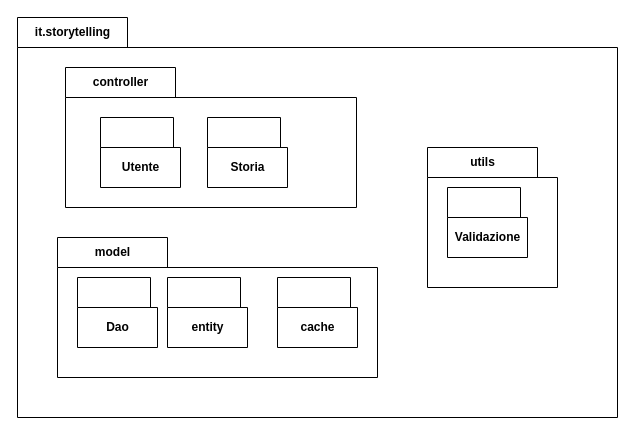
EmmanuelEngineer/E.M.A.A. keeps this draw.io diagram as page "Panoramica" (1 of 6) of Schemi/Package.drawio. Above is the earlier version. Source tidied: cells renumbered, new cells numbered last; positions are measured from the earlier drawing's top-left corner, leaving out a move shared by most shapes. Both pictures are drawn from the tidied source at 100%, with x=0, y=0 at pixel (17, 17).
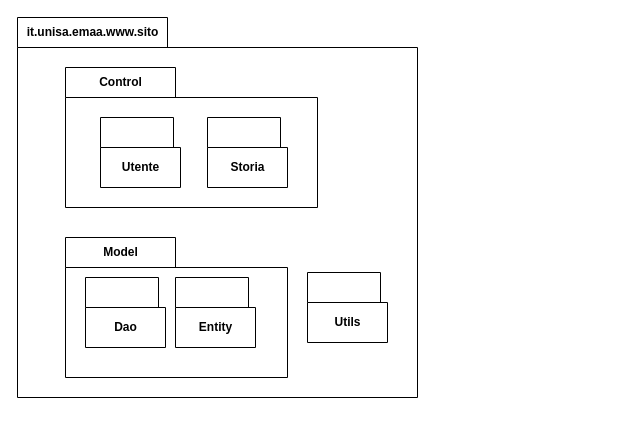
The same page after the edit.

Diff of the diagram source:
```diff
@@
 <mxGraphModel>
   <root>
     <mxCell id="0" />
     <mxCell id="1" parent="0" />
-    <mxCell id="2" value="it.storytelling" style="shape=folder;fontStyle=1;tabWidth=110;tabHeight=30;tabPosition=left;html=1;boundedLbl=1;labelInHeader=1;" parent="1" vertex="1">
-      <mxGeometry width="600" height="400" as="geometry" />
+    <mxCell id="2" value="it.unisa.emaa.www.sito" style="shape=folder;fontStyle=1;tabWidth=150;tabHeight=30;tabPosition=left;html=1;boundedLbl=1;labelInHeader=1;" parent="1" vertex="1">
+      <mxGeometry width="400" height="380" as="geometry" />
     </mxCell>
-    <mxCell id="3" value="model" style="shape=folder;fontStyle=1;tabWidth=110;tabHeight=30;tabPosition=left;html=1;boundedLbl=1;labelInHeader=1;" parent="2" vertex="1">
-      <mxGeometry x="40" y="220" width="320" height="140" as="geometry" />
+    <mxCell id="3" value="Model" style="shape=folder;fontStyle=1;tabWidth=110;tabHeight=30;tabPosition=left;html=1;boundedLbl=1;labelInHeader=1;" parent="2" vertex="1">
+      <mxGeometry x="48" y="220" width="222" height="140" as="geometry" />
     </mxCell>
     <mxCell id="4" value="Dao" style="shape=folder;fontStyle=1;tabWidth=80;tabHeight=30;tabPosition=left;html=1;boundedLbl=1;" parent="3" vertex="1">
       <mxGeometry x="20" y="40" width="80" height="70" as="geometry" />
     </mxCell>
-    <mxCell id="5" value="entity" style="shape=folder;fontStyle=1;tabWidth=80;tabHeight=30;tabPosition=left;html=1;boundedLbl=1;" parent="3" vertex="1">
+    <mxCell id="5" value="Entity" style="shape=folder;fontStyle=1;tabWidth=80;tabHeight=30;tabPosition=left;html=1;boundedLbl=1;" parent="3" vertex="1">
       <mxGeometry x="110" y="40" width="80" height="70" as="geometry" />
     </mxCell>
-    <mxCell id="6" value="cache" style="shape=folder;fontStyle=1;tabWidth=80;tabHeight=30;tabPosition=left;html=1;boundedLbl=1;" parent="3" vertex="1">
-      <mxGeometry x="220" y="40" width="80" height="70" as="geometry" />
-    </mxCell>
-    <mxCell id="7" value="utils" style="shape=folder;fontStyle=1;tabWidth=110;tabHeight=30;tabPosition=left;html=1;boundedLbl=1;labelInHeader=1;" parent="2" vertex="1">
-      <mxGeometry x="410" y="130" width="130" height="140" as="geometry" />
-    </mxCell>
-    <mxCell id="8" value="Validazione" style="shape=folder;fontStyle=1;tabWidth=80;tabHeight=30;tabPosition=left;html=1;boundedLbl=1;" parent="7" vertex="1">
-      <mxGeometry x="20" y="40" width="80" height="70" as="geometry" />
-    </mxCell>
-    <mxCell id="9" value="controller" style="shape=folder;fontStyle=1;tabWidth=110;tabHeight=30;tabPosition=left;html=1;boundedLbl=1;labelInHeader=1;" parent="2" vertex="1">
-      <mxGeometry x="48" y="50" width="291" height="140" as="geometry" />
+    <mxCell id="9" value="Control" style="shape=folder;fontStyle=1;tabWidth=110;tabHeight=30;tabPosition=left;html=1;boundedLbl=1;labelInHeader=1;" parent="2" vertex="1">
+      <mxGeometry x="48" y="50" width="252" height="140" as="geometry" />
     </mxCell>
     <mxCell id="10" value="Utente" style="shape=folder;fontStyle=1;tabWidth=80;tabHeight=30;tabPosition=left;html=1;boundedLbl=1;" parent="9" vertex="1">
       <mxGeometry x="35" y="50" width="80" height="70" as="geometry" />
     </mxCell>
     <mxCell id="11" value="Storia" style="shape=folder;fontStyle=1;tabWidth=80;tabHeight=30;tabPosition=left;html=1;boundedLbl=1;" parent="9" vertex="1">
       <mxGeometry x="142" y="50" width="80" height="70" as="geometry" />
     </mxCell>
+    <mxCell id="12" value="Utils" style="shape=folder;fontStyle=1;tabWidth=80;tabHeight=30;tabPosition=left;html=1;boundedLbl=1;" parent="2" vertex="1">
+      <mxGeometry x="290" y="255" width="80" height="70" as="geometry" />
+    </mxCell>
   </root>
 </mxGraphModel>
```
